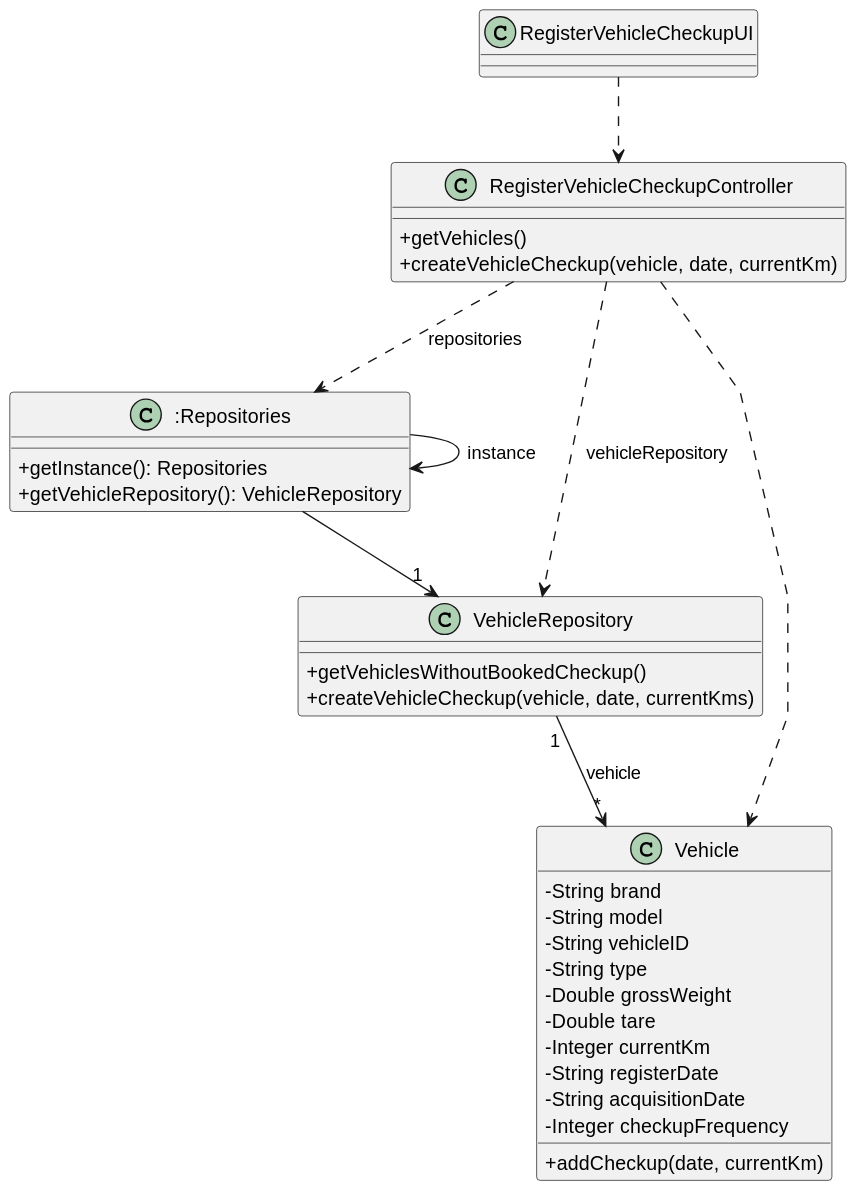
The PlantUML diagram docs/sprintB/us007/03.design/svg/us007-class-diagram.svg in Departamento-de-Engenharia-Informatica/lei-24-s2-1do-g164, before a commit. The source it was exported from:
```plantuml
@startuml
skinparam packageStyle rectangle
skinparam shadowing false
skinparam linetype polyline

skinparam classAttributeIconSize 0



class "RegisterVehicleCheckupUI" as RegisterVehicleCheckupUI {


}


class "RegisterVehicleCheckupController" as RegisterVehicleCheckupController {
+getVehicles()
    +createVehicleCheckup(vehicle, date, currentKm)

}



class ":Repositories" as Repositories {
    +getInstance(): Repositories
    +getVehicleRepository(): VehicleRepository

}

class "VehicleRepository" as VehicleRepository {
    +getVehiclesWithoutBookedCheckup()
    +createVehicleCheckup(vehicle, date, currentKms)

}


class "Vehicle" as Vehicle {
      - String brand
        - String model
        - String vehicleID
        - String type
        - Double grossWeight
        - Double tare
        - Integer currentKm
        - String registerDate
        - String acquisitionDate
        - Integer checkupFrequency

    +addCheckup(date, currentKm)

}
RegisterVehicleCheckupUI..> RegisterVehicleCheckupController
Repositories -> Repositories : instance
RegisterVehicleCheckupController ..> Repositories: repositories
Repositories --> "1"VehicleRepository
RegisterVehicleCheckupController ..> VehicleRepository: vehicleRepository
RegisterVehicleCheckupController ..> Vehicle

VehicleRepository"1"--> "*"Vehicle: vehicle
@enduml
```
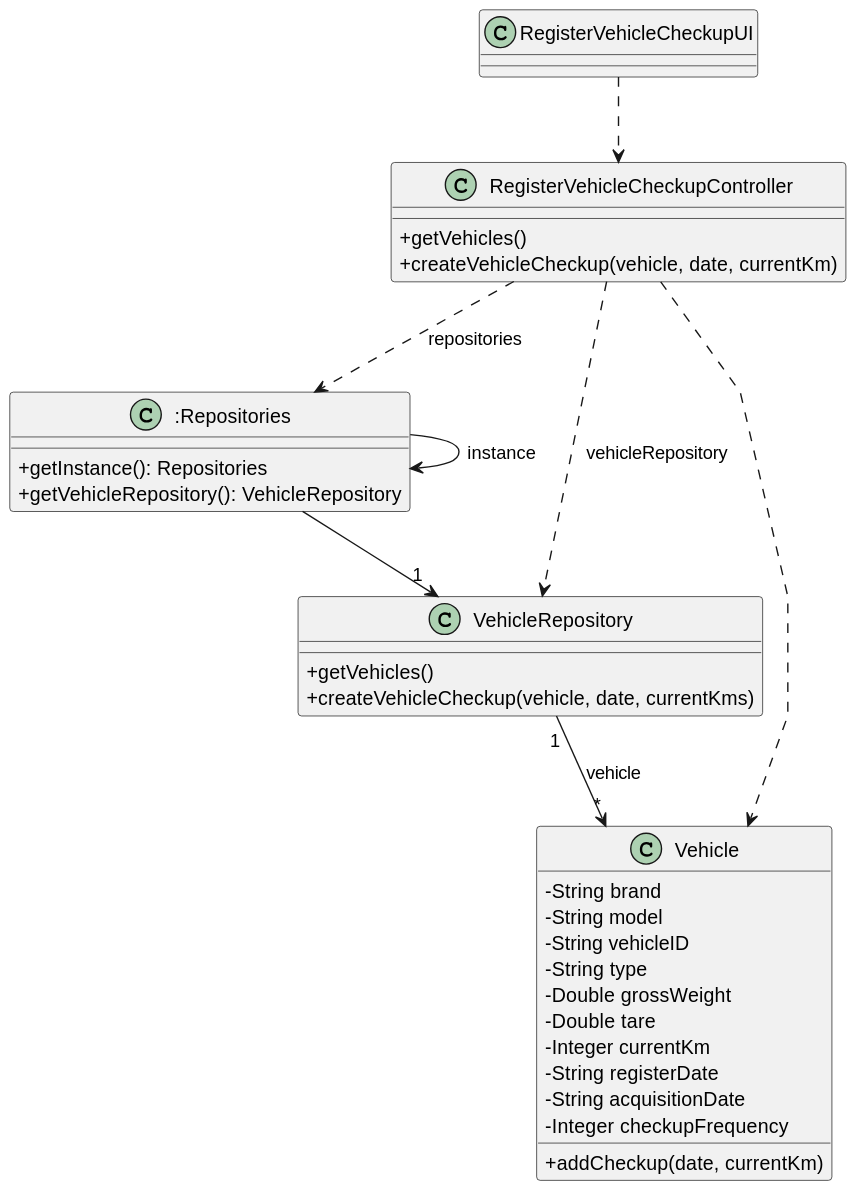
The same diagram one commit later.

Diff of the diagram source:
```diff
@@ -28,7 +28,7 @@
 }
 
 class "VehicleRepository" as VehicleRepository {
-    +getVehiclesWithoutBookedCheckup()
+    +getVehicles()
     +createVehicleCheckup(vehicle, date, currentKms)
 
 }
```
